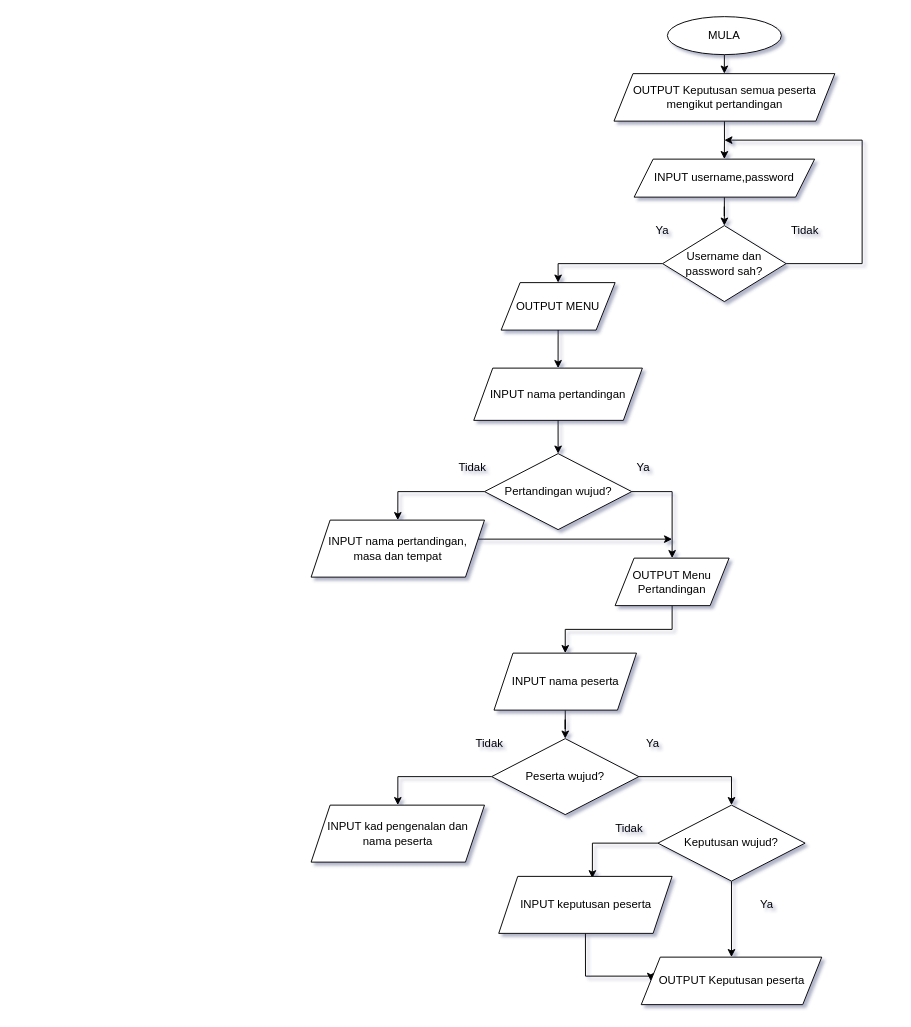
Earlier version of the draw.io diagram page "Page-1" (1 of 2) of SKProject.drawio (EzraChai/py). Source tidied: cells renumbered, new cells numbered last; positions are measured from the earlier drawing's top-left corner, leaving out a move shared by most shapes. Both pictures are drawn from the tidied source at 95%, with x=0, y=0 at pixel (311, 16).
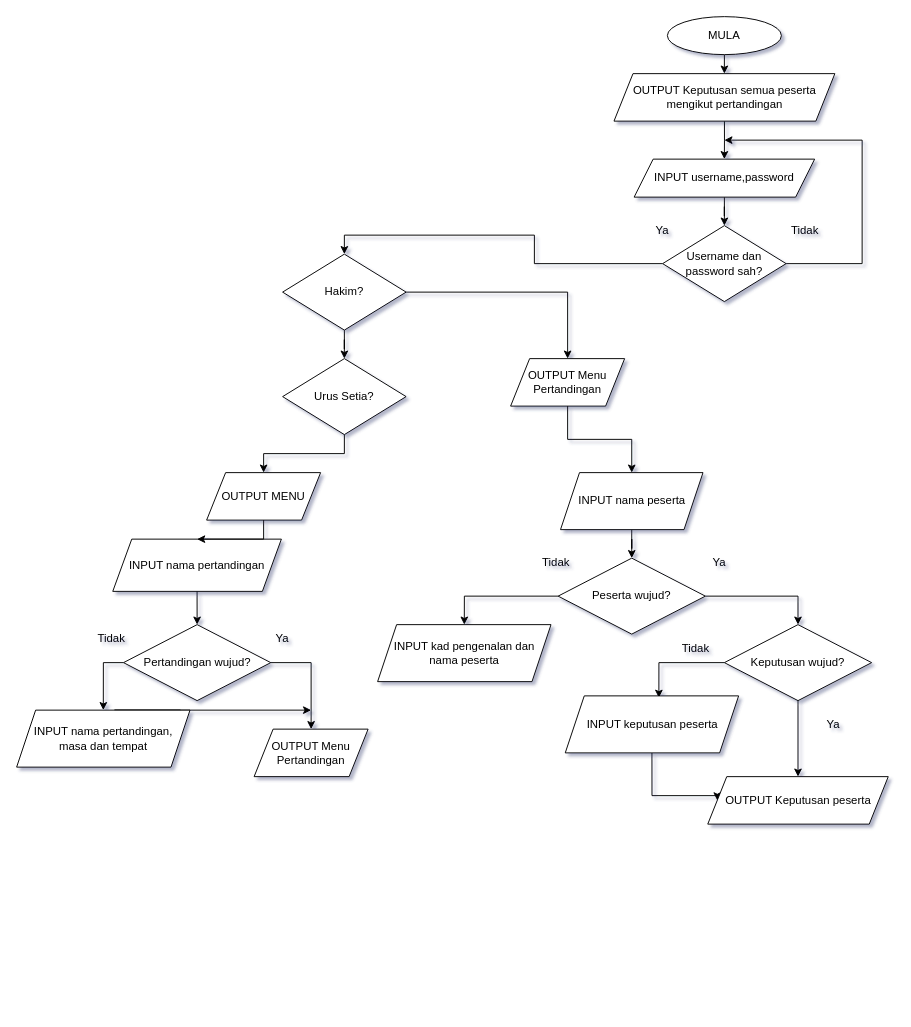
After the change.

Unchanged cells that the change refers to:
```xml
<mxCell id="8" value="Username dan password sah?" style="rhombus;whiteSpace=wrap;html=1;" parent="1" vertex="1">
  <mxGeometry x="370" y="220" width="130" height="80" as="geometry" />
</mxCell>
```

What changed in the source:
```diff
@@
-    <mxCell id="7" style="edgeStyle=orthogonalEdgeStyle;rounded=0;jettySize=auto;html=1;exitX=0;exitY=0.5;exitDx=0;exitDy=0;entryX=0.5;entryY=0;entryDx=0;entryDy=0;" parent="1" edge="1" source="8" target="10">
-      <mxGeometry relative="1" as="geometry" />
-    </mxCell>
+    <mxCell id="42" style="edgeStyle=orthogonalEdgeStyle;rounded=0;jettySize=auto;html=1;exitX=0;exitY=0.5;exitDx=0;exitDy=0;entryX=0.5;entryY=0;entryDx=0;entryDy=0;" parent="1" edge="1" source="8" target="47">
+      <mxGeometry relative="1" as="geometry" />
+    </mxCell>
@@
-    <mxCell id="9" style="edgeStyle=orthogonalEdgeStyle;rounded=0;jettySize=auto;html=1;exitX=0.5;exitY=1;exitDx=0;exitDy=0;entryX=0.5;entryY=0;entryDx=0;entryDy=0;" parent="1" edge="1" source="10" target="12">
-      <mxGeometry relative="1" as="geometry" />
-    </mxCell>
-    <mxCell id="10" value="OUTPUT MENU" style="shape=parallelogram;perimeter=parallelogramPerimeter;whiteSpace=wrap;html=1;fixedSize=1;" parent="1" vertex="1">
-      <mxGeometry x="200" y="280" width="120" height="50" as="geometry" />
-    </mxCell>
@@
     <mxCell id="12" value="INPUT nama pertandingan" style="shape=parallelogram;perimeter=parallelogramPerimeter;whiteSpace=wrap;html=1;fixedSize=1;" parent="1" vertex="1">
-      <mxGeometry x="171.2" y="370" width="177.5" height="55" as="geometry" />
+      <mxGeometry x="-208.8" y="550" width="177.5" height="55" as="geometry" />
     </mxCell>
@@
     <mxCell id="15" value="Pertandingan wujud?" style="rhombus;whiteSpace=wrap;html=1;" parent="1" vertex="1">
-      <mxGeometry x="182.5" y="460" width="155" height="80" as="geometry" />
+      <mxGeometry x="-197.5" y="640" width="155" height="80" as="geometry" />
     </mxCell>
     <mxCell id="16" value="&lt;div&gt;Tidak&lt;/div&gt;" style="text;html=1;strokeColor=none;fillColor=none;align=center;verticalAlign=middle;whiteSpace=wrap;rounded=0;" parent="1" vertex="1">
-      <mxGeometry x="140" y="460" width="60" height="30" as="geometry" />
+      <mxGeometry x="-240" y="640" width="60" height="30" as="geometry" />
     </mxCell>
     <mxCell id="17" value="Ya" style="text;html=1;strokeColor=none;fillColor=none;align=center;verticalAlign=middle;whiteSpace=wrap;rounded=0;" parent="1" vertex="1">
-      <mxGeometry x="320" y="460" width="60" height="30" as="geometry" />
+      <mxGeometry x="-60" y="640" width="60" height="30" as="geometry" />
     </mxCell>
@@
-    <mxCell id="19" style="edgeStyle=orthogonalEdgeStyle;rounded=0;jettySize=auto;html=1;exitX=0.5;exitY=1;exitDx=0;exitDy=0;entryX=0.5;entryY=0;entryDx=0;entryDy=0;" parent="1" edge="1" source="20" target="24">
-      <mxGeometry relative="1" as="geometry" />
-    </mxCell>
     <mxCell id="20" value="OUTPUT Menu Pertandingan" style="shape=parallelogram;perimeter=parallelogramPerimeter;whiteSpace=wrap;html=1;fixedSize=1;" parent="1" vertex="1">
-      <mxGeometry x="320" y="570" width="120" height="50" as="geometry" />
+      <mxGeometry x="-60" y="750" width="120" height="50" as="geometry" />
     </mxCell>
     <mxCell id="21" style="edgeStyle=orthogonalEdgeStyle;rounded=0;jettySize=auto;html=1;exitX=1;exitY=0.5;exitDx=0;exitDy=0;" parent="1" edge="1" source="22">
       <mxGeometry relative="1" as="geometry">
-        <mxPoint x="380" y="550" as="targetPoint" />
+        <mxPoint y="730" as="targetPoint" />
         <Array as="points">
-          <mxPoint x="173" y="550" />
-          <mxPoint x="380" y="550" />
+          <mxPoint x="-207" y="730" />
+          <mxPoint y="730" />
         </Array>
       </mxGeometry>
     </mxCell>
     <mxCell id="22" value="&lt;div&gt;INPUT nama pertandingan,&lt;/div&gt;&lt;div&gt;masa dan tempat&lt;br&gt;&lt;/div&gt;" style="shape=parallelogram;perimeter=parallelogramPerimeter;whiteSpace=wrap;html=1;fixedSize=1;" parent="1" vertex="1">
-      <mxGeometry y="530" width="182.5" height="60" as="geometry" />
+      <mxGeometry x="-310" y="730" width="182.5" height="60" as="geometry" />
     </mxCell>
@@
     <mxCell id="24" value="INPUT nama peserta" style="shape=parallelogram;perimeter=parallelogramPerimeter;whiteSpace=wrap;html=1;fixedSize=1;" parent="1" vertex="1">
-      <mxGeometry x="192.5" y="670" width="150" height="60" as="geometry" />
+      <mxGeometry x="262.5" y="480" width="150" height="60" as="geometry" />
     </mxCell>
@@
     <mxCell id="27" value="Peserta wujud?" style="rhombus;whiteSpace=wrap;html=1;" parent="1" vertex="1">
-      <mxGeometry x="190" y="760" width="155" height="80" as="geometry" />
+      <mxGeometry x="260" y="570" width="155" height="80" as="geometry" />
     </mxCell>
     <mxCell id="28" value="&lt;div&gt;INPUT kad pengenalan dan nama peserta &lt;br&gt;&lt;/div&gt;" style="shape=parallelogram;perimeter=parallelogramPerimeter;whiteSpace=wrap;html=1;fixedSize=1;" parent="1" vertex="1">
-      <mxGeometry y="830" width="182.5" height="60" as="geometry" />
+      <mxGeometry x="70" y="640" width="182.5" height="60" as="geometry" />
     </mxCell>
     <mxCell id="29" value="&lt;div&gt;Tidak&lt;/div&gt;" style="text;html=1;strokeColor=none;fillColor=none;align=center;verticalAlign=middle;whiteSpace=wrap;rounded=0;" parent="1" vertex="1">
-      <mxGeometry x="157.5" y="750" width="60" height="30" as="geometry" />
+      <mxGeometry x="227.5" y="560" width="60" height="30" as="geometry" />
     </mxCell>
     <mxCell id="30" value="Ya" style="text;html=1;strokeColor=none;fillColor=none;align=center;verticalAlign=middle;whiteSpace=wrap;rounded=0;" parent="1" vertex="1">
-      <mxGeometry x="330" y="750" width="60" height="30" as="geometry" />
+      <mxGeometry x="400" y="560" width="60" height="30" as="geometry" />
     </mxCell>
@@
     <mxCell id="33" value="Keputusan wujud?" style="rhombus;whiteSpace=wrap;html=1;" parent="1" vertex="1">
-      <mxGeometry x="365" y="830" width="155" height="80" as="geometry" />
+      <mxGeometry x="435" y="640" width="155" height="80" as="geometry" />
     </mxCell>
     <mxCell id="34" style="edgeStyle=orthogonalEdgeStyle;rounded=0;jettySize=auto;html=1;exitX=0.5;exitY=1;exitDx=0;exitDy=0;entryX=0;entryY=0.5;entryDx=0;entryDy=0;" parent="1" edge="1" source="35" target="38">
       <mxGeometry relative="1" as="geometry">
         <Array as="points">
-          <mxPoint x="289" y="1010" />
-          <mxPoint x="358" y="1010" />
+          <mxPoint x="359" y="820" />
+          <mxPoint x="428" y="820" />
         </Array>
       </mxGeometry>
     </mxCell>
     <mxCell id="35" value="&lt;div&gt;INPUT keputusan peserta&lt;br&gt;&lt;/div&gt;" style="shape=parallelogram;perimeter=parallelogramPerimeter;whiteSpace=wrap;html=1;fixedSize=1;" parent="1" vertex="1">
-      <mxGeometry x="197.5" y="905" width="182.5" height="60" as="geometry" />
+      <mxGeometry x="267.5" y="715" width="182.5" height="60" as="geometry" />
     </mxCell>
@@
     <mxCell id="37" value="Ya" style="text;html=1;strokeColor=none;fillColor=none;align=center;verticalAlign=middle;whiteSpace=wrap;rounded=0;" parent="1" vertex="1">
-      <mxGeometry x="450" y="920" width="60" height="30" as="geometry" />
+      <mxGeometry x="520" y="730" width="60" height="30" as="geometry" />
     </mxCell>
     <mxCell id="38" value="OUTPUT Keputusan peserta " style="shape=parallelogram;perimeter=parallelogramPerimeter;whiteSpace=wrap;html=1;fixedSize=1;" parent="1" vertex="1">
-      <mxGeometry x="347.5" y="990" width="190" height="50" as="geometry" />
+      <mxGeometry x="417.5" y="800" width="190" height="50" as="geometry" />
     </mxCell>
     <mxCell id="39" value="&lt;div&gt;Tidak&lt;/div&gt;" style="text;html=1;strokeColor=none;fillColor=none;align=center;verticalAlign=middle;whiteSpace=wrap;rounded=0;" parent="1" vertex="1">
-      <mxGeometry x="305" y="840" width="60" height="30" as="geometry" />
+      <mxGeometry x="375" y="650" width="60" height="30" as="geometry" />
     </mxCell>
@@
+    <mxCell id="43" style="edgeStyle=orthogonalEdgeStyle;rounded=0;jettySize=auto;html=1;exitX=0.5;exitY=1;exitDx=0;exitDy=0;entryX=0.5;entryY=0;entryDx=0;entryDy=0;" parent="1" edge="1" source="44" target="10">
+      <mxGeometry relative="1" as="geometry" />
+    </mxCell>
+    <mxCell id="44" value="Urus Setia?" style="rhombus;whiteSpace=wrap;html=1;" parent="1" vertex="1">
+      <mxGeometry x="-30" y="360" width="130" height="80" as="geometry" />
+    </mxCell>
+    <mxCell id="45" style="edgeStyle=orthogonalEdgeStyle;rounded=0;jettySize=auto;html=1;exitX=0.5;exitY=1;exitDx=0;exitDy=0;" parent="1" edge="1" source="47" target="44">
+      <mxGeometry relative="1" as="geometry" />
+    </mxCell>
+    <mxCell id="46" style="edgeStyle=orthogonalEdgeStyle;rounded=0;jettySize=auto;html=1;exitX=1;exitY=0.5;exitDx=0;exitDy=0;entryX=0.5;entryY=0;entryDx=0;entryDy=0;" parent="1" edge="1" source="47" target="49">
+      <mxGeometry relative="1" as="geometry" />
+    </mxCell>
+    <mxCell id="47" value="Hakim?" style="rhombus;whiteSpace=wrap;html=1;" parent="1" vertex="1">
+      <mxGeometry x="-30" y="250" width="130" height="80" as="geometry" />
+    </mxCell>
+    <mxCell id="9" style="edgeStyle=orthogonalEdgeStyle;rounded=0;jettySize=auto;html=1;exitX=0.5;exitY=1;exitDx=0;exitDy=0;entryX=0.5;entryY=0;entryDx=0;entryDy=0;" parent="1" edge="1" source="10" target="12">
+      <mxGeometry relative="1" as="geometry" />
+    </mxCell>
+    <mxCell id="10" value="OUTPUT MENU" style="shape=parallelogram;perimeter=parallelogramPerimeter;whiteSpace=wrap;html=1;fixedSize=1;" parent="1" vertex="1">
+      <mxGeometry x="-110" y="480" width="120" height="50" as="geometry" />
+    </mxCell>
+    <mxCell id="48" style="edgeStyle=orthogonalEdgeStyle;rounded=0;jettySize=auto;html=1;exitX=0.5;exitY=1;exitDx=0;exitDy=0;entryX=0.5;entryY=0;entryDx=0;entryDy=0;" parent="1" edge="1" source="49" target="24">
+      <mxGeometry relative="1" as="geometry" />
+    </mxCell>
+    <mxCell id="49" value="OUTPUT Menu Pertandingan" style="shape=parallelogram;perimeter=parallelogramPerimeter;whiteSpace=wrap;html=1;fixedSize=1;" parent="1" vertex="1">
+      <mxGeometry x="210" y="360" width="120" height="50" as="geometry" />
+    </mxCell>
```
